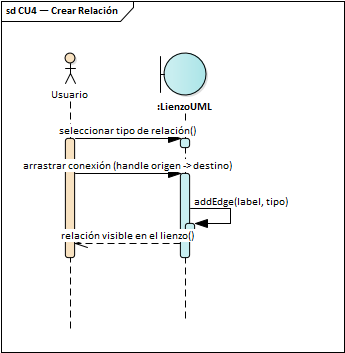
This is docs/diagrams/ea/img/ciclo1/seq_cu4.png from luisfernandoAngulo28/generador_diagrama_clases_uml, a PlantUML export, as it was before one commit. Its source is kept beside it as docs/diagrams/1er_parcial/seq_cu4.plantuml. Its diagram source:
```plantuml
@startuml seq_cu4
!include ../2do_parcial/pud/_seq.iuml
title CU4 — Crear Relación\n<size:11>Diagrama de Secuencia · UML 2.5.1 · Ciclo 1 (1er Parcial)</size>
actor "Usuario" as U
boundary ":LienzoUML" as L
U -> L : seleccionar tipo de relación
U -> L : arrastrar conexión (handle origen → destino)
L -> L : addEdge(label, tipo)
L --> U : relación visible en el lienzo
@enduml
```
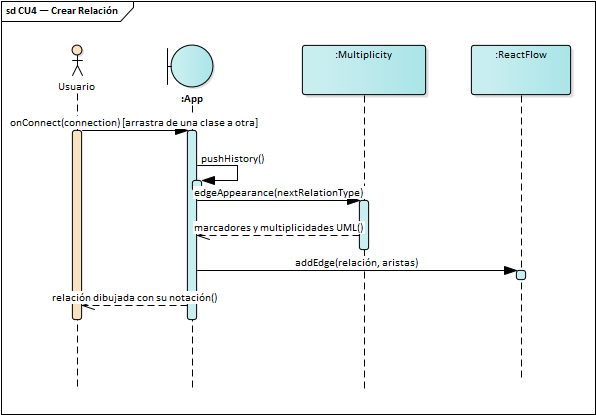
After the commit.

What changed in the source:
```diff
@@ -1,10 +1,14 @@
 @startuml seq_cu4
 !include ../2do_parcial/pud/_seq.iuml
-title CU4 — Crear Relación\n<size:11>Diagrama de Secuencia · UML 2.5.1 · Ciclo 1 (1er Parcial)</size>
-actor "Usuario" as U
-boundary ":LienzoUML" as L
-U -> L : seleccionar tipo de relación
-U -> L : arrastrar conexión (handle origen → destino)
-L -> L : addEdge(label, tipo)
-L --> U : relación visible en el lienzo
+title CU4 — Crear Relación\n<size:11>Diagrama de Secuencia · UML 2.5.1 · Ciclo 1 · cada mensaje es una operación de la clase que lo recibe</size>
+actor Usuario as U
+boundary ":App" as A
+participant ":Multiplicity" as M
+participant ":ReactFlow" as RF
+U -> A : onConnect(connection) [arrastra de una clase a otra]
+A -> A : pushHistory()
+A -> M : edgeAppearance(nextRelationType)
+M --> A : marcadores y multiplicidades UML
+A -> RF : addEdge(relación, aristas)
+A --> U : relación dibujada con su notación
 @enduml
```
